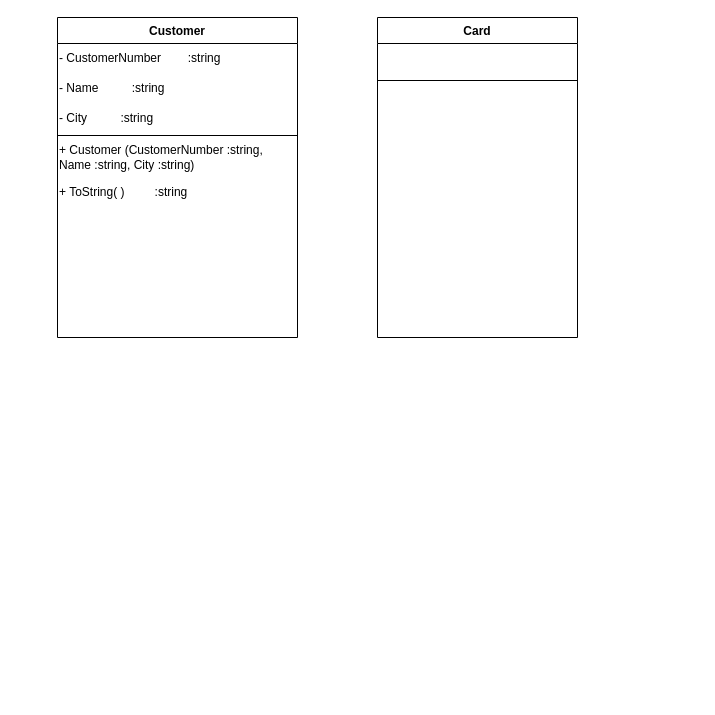
Above: Guldkortet Klassdiagram.drawio in PBergstrom90/PBergstrom90 (draw.io), before the change. Source tidied: cells renumbered, new cells numbered last; positions are measured from the earlier drawing's top-left corner, leaving out a move shared by most shapes. Both pictures are drawn from the tidied source at 100%, with x=0, y=0 at pixel (57, 17).
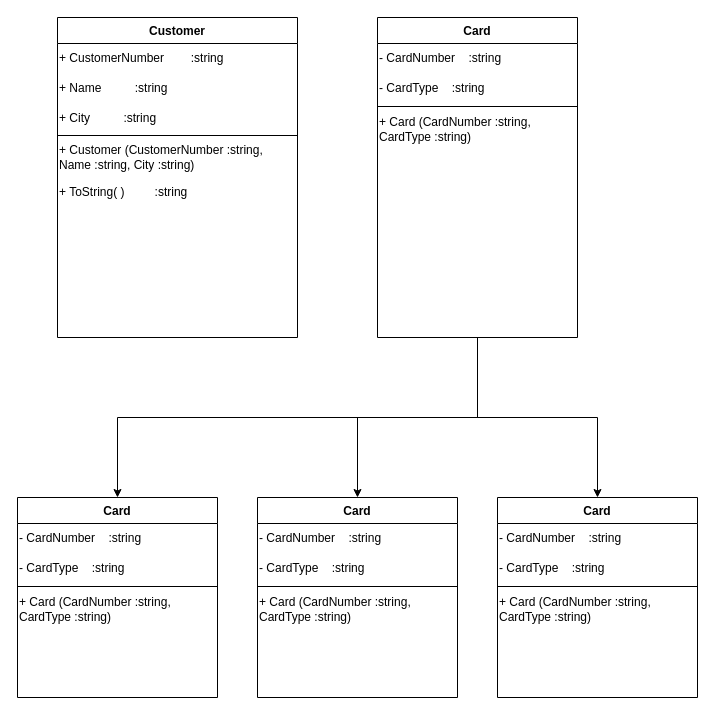
Above is the later version.

Unchanged cells that the change refers to:
```xml
<mxCell id="2" value="Customer" style="swimlane;fontStyle=1;align=center;verticalAlign=top;horizontal=1;startSize=26;rounded=0;shadow=0;strokeWidth=1;" parent="1" vertex="1">
  <mxGeometry width="240" height="320" as="geometry" />
</mxCell>
<mxCell id="9" value="Card" style="swimlane;fontStyle=1;align=center;verticalAlign=top;horizontal=1;startSize=26;rounded=0;shadow=0;strokeWidth=1;" parent="1" vertex="1">
  <mxGeometry x="320" width="200" height="320" as="geometry" />
</mxCell>
```

Change to the diagram source:
```diff
@@
-    <mxCell id="3" value="- CustomerNumber&amp;nbsp;&lt;span style=&quot;white-space: pre;&quot;&gt; &lt;span style=&quot;white-space: pre;&quot;&gt; &lt;span style=&quot;white-space: pre;&quot;&gt; &lt;/span&gt; &lt;/span&gt; &lt;/span&gt;&amp;nbsp; :string" style="text;html=1;align=left;verticalAlign=middle;strokeColor=none;fillColor=none;" parent="2" vertex="1">
+    <mxCell id="3" value="+ CustomerNumber&amp;nbsp;&lt;span style=&quot;white-space: pre;&quot;&gt; &lt;span style=&quot;white-space: pre;&quot;&gt; &lt;span style=&quot;white-space: pre;&quot;&gt; &lt;/span&gt; &lt;/span&gt; &lt;/span&gt;&amp;nbsp; :string" style="text;html=1;align=left;verticalAlign=middle;strokeColor=none;fillColor=none;" parent="2" vertex="1">
       <mxGeometry y="26" width="240" height="30" as="geometry" />
     </mxCell>
-    <mxCell id="4" value="- Name&lt;span style=&quot;white-space: pre;&quot;&gt; &lt;/span&gt;&lt;span style=&quot;white-space: pre;&quot;&gt; &lt;/span&gt;&lt;span style=&quot;white-space: pre;&quot;&gt; &lt;span style=&quot;white-space: pre;&quot;&gt; &lt;/span&gt;&lt;span style=&quot;white-space: pre;&quot;&gt; &lt;span style=&quot;white-space: pre;&quot;&gt; &lt;/span&gt; &lt;/span&gt; &lt;/span&gt;&amp;nbsp; :string" style="text;html=1;align=left;verticalAlign=middle;strokeColor=none;fillColor=none;" parent="2" vertex="1">
+    <mxCell id="4" value="+ Name&lt;span style=&quot;white-space: pre;&quot;&gt; &lt;/span&gt;&lt;span style=&quot;white-space: pre;&quot;&gt; &lt;/span&gt;&lt;span style=&quot;white-space: pre;&quot;&gt; &lt;span style=&quot;white-space: pre;&quot;&gt; &lt;/span&gt;&lt;span style=&quot;white-space: pre;&quot;&gt; &lt;span style=&quot;white-space: pre;&quot;&gt; &lt;/span&gt; &lt;/span&gt; &lt;/span&gt;&amp;nbsp; :string" style="text;html=1;align=left;verticalAlign=middle;strokeColor=none;fillColor=none;" parent="2" vertex="1">
       <mxGeometry y="56" width="240" height="30" as="geometry" />
     </mxCell>
-    <mxCell id="5" value="- City&lt;span style=&quot;white-space: pre;&quot;&gt; &lt;/span&gt;&lt;span style=&quot;white-space: pre;&quot;&gt; &lt;/span&gt;&lt;span style=&quot;white-space: pre;&quot;&gt; &lt;/span&gt;&lt;span style=&quot;white-space: pre;&quot;&gt; &lt;/span&gt;&lt;span style=&quot;white-space: pre;&quot;&gt; &lt;span style=&quot;white-space: pre;&quot;&gt; &lt;/span&gt; &lt;/span&gt;&amp;nbsp; &amp;nbsp;:string" style="text;html=1;align=left;verticalAlign=middle;strokeColor=none;fillColor=none;" parent="2" vertex="1">
+    <mxCell id="5" value="+ City&lt;span style=&quot;white-space: pre;&quot;&gt; &lt;/span&gt;&lt;span style=&quot;white-space: pre;&quot;&gt; &lt;/span&gt;&lt;span style=&quot;white-space: pre;&quot;&gt; &lt;/span&gt;&lt;span style=&quot;white-space: pre;&quot;&gt; &lt;/span&gt;&lt;span style=&quot;white-space: pre;&quot;&gt; &lt;span style=&quot;white-space: pre;&quot;&gt; &lt;/span&gt; &lt;/span&gt;&amp;nbsp; &amp;nbsp;:string" style="text;html=1;align=left;verticalAlign=middle;strokeColor=none;fillColor=none;" parent="2" vertex="1">
       <mxGeometry y="86" width="240" height="30" as="geometry" />
     </mxCell>
@@
+    <mxCell id="11" style="edgeStyle=orthogonalEdgeStyle;rounded=0;jettySize=auto;html=1;entryX=0.5;entryY=0;entryDx=0;entryDy=0;" parent="1" edge="1" source="9" target="22">
+      <mxGeometry relative="1" as="geometry" />
+    </mxCell>
+    <mxCell id="12" style="edgeStyle=orthogonalEdgeStyle;rounded=0;jettySize=auto;html=1;entryX=0.5;entryY=0;entryDx=0;entryDy=0;" parent="1" edge="1" source="9" target="17">
+      <mxGeometry relative="1" as="geometry" />
+    </mxCell>
+    <mxCell id="13" style="edgeStyle=orthogonalEdgeStyle;rounded=0;jettySize=auto;html=1;entryX=0.5;entryY=0;entryDx=0;entryDy=0;" parent="1" edge="1" source="9" target="27">
+      <mxGeometry relative="1" as="geometry">
+        <Array as="points">
+          <mxPoint x="420" y="400" />
+          <mxPoint x="60" y="400" />
+        </Array>
+      </mxGeometry>
+    </mxCell>
@@
+    <mxCell id="14" value="- CardNumber&lt;span style=&quot;white-space: pre;&quot;&gt; &lt;/span&gt;&lt;span style=&quot;white-space: pre;&quot;&gt; &lt;/span&gt;&lt;span style=&quot;white-space: pre;&quot;&gt; &lt;/span&gt;&lt;span style=&quot;white-space: pre;&quot;&gt; &lt;/span&gt;:string" style="text;html=1;align=left;verticalAlign=middle;strokeColor=none;fillColor=none;" parent="9" vertex="1">
+      <mxGeometry y="26" width="200" height="30" as="geometry" />
+    </mxCell>
+    <mxCell id="15" value="- CardType&lt;span style=&quot;white-space: pre;&quot;&gt; &lt;/span&gt;&lt;span style=&quot;white-space: pre;&quot;&gt; &lt;/span&gt;&lt;span style=&quot;white-space: pre;&quot;&gt; &lt;/span&gt;&lt;span style=&quot;white-space: pre;&quot;&gt; &lt;/span&gt;:string" style="text;html=1;align=left;verticalAlign=middle;strokeColor=none;fillColor=none;" parent="9" vertex="1">
+      <mxGeometry y="56" width="200" height="30" as="geometry" />
+    </mxCell>
     <mxCell id="10" style="line;html=1;strokeWidth=1;align=left;verticalAlign=middle;spacingTop=-1;spacingLeft=3;spacingRight=3;labelPosition=right;" parent="9" vertex="1">
-      <mxGeometry y="26" width="200" height="74" as="geometry" />
+      <mxGeometry y="86" width="200" height="6" as="geometry" />
     </mxCell>
+    <mxCell id="16" value="+ Card (CardNumber :string, &lt;br&gt;CardType :string)&amp;nbsp;" style="text;html=1;align=left;verticalAlign=middle;strokeColor=none;fillColor=none;" parent="9" vertex="1">
+      <mxGeometry y="92" width="200" height="40" as="geometry" />
+    </mxCell>
+    <mxCell id="17" value="Card" style="swimlane;fontStyle=1;align=center;verticalAlign=top;horizontal=1;startSize=26;rounded=0;shadow=0;strokeWidth=1;" parent="1" vertex="1">
+      <mxGeometry x="440" y="480" width="200" height="200" as="geometry" />
+    </mxCell>
+    <mxCell id="18" value="- CardNumber&lt;span style=&quot;white-space: pre;&quot;&gt; &lt;/span&gt;&lt;span style=&quot;white-space: pre;&quot;&gt; &lt;/span&gt;&lt;span style=&quot;white-space: pre;&quot;&gt; &lt;/span&gt;&lt;span style=&quot;white-space: pre;&quot;&gt; &lt;/span&gt;:string" style="text;html=1;align=left;verticalAlign=middle;strokeColor=none;fillColor=none;" parent="17" vertex="1">
+      <mxGeometry y="26" width="200" height="30" as="geometry" />
+    </mxCell>
+    <mxCell id="19" value="- CardType&lt;span style=&quot;white-space: pre;&quot;&gt; &lt;/span&gt;&lt;span style=&quot;white-space: pre;&quot;&gt; &lt;/span&gt;&lt;span style=&quot;white-space: pre;&quot;&gt; &lt;/span&gt;&lt;span style=&quot;white-space: pre;&quot;&gt; &lt;/span&gt;:string" style="text;html=1;align=left;verticalAlign=middle;strokeColor=none;fillColor=none;" parent="17" vertex="1">
+      <mxGeometry y="56" width="200" height="30" as="geometry" />
+    </mxCell>
+    <mxCell id="20" style="line;html=1;strokeWidth=1;align=left;verticalAlign=middle;spacingTop=-1;spacingLeft=3;spacingRight=3;labelPosition=right;" parent="17" vertex="1">
+      <mxGeometry y="86" width="200" height="6" as="geometry" />
+    </mxCell>
+    <mxCell id="21" value="+ Card (CardNumber :string, &lt;br&gt;CardType :string)&amp;nbsp;" style="text;html=1;align=left;verticalAlign=middle;strokeColor=none;fillColor=none;" parent="17" vertex="1">
+      <mxGeometry y="92" width="200" height="40" as="geometry" />
+    </mxCell>
+    <mxCell id="22" value="Card" style="swimlane;fontStyle=1;align=center;verticalAlign=top;horizontal=1;startSize=26;rounded=0;shadow=0;strokeWidth=1;" parent="1" vertex="1">
+      <mxGeometry x="200" y="480" width="200" height="200" as="geometry" />
+    </mxCell>
+    <mxCell id="23" value="- CardNumber&lt;span style=&quot;white-space: pre;&quot;&gt; &lt;/span&gt;&lt;span style=&quot;white-space: pre;&quot;&gt; &lt;/span&gt;&lt;span style=&quot;white-space: pre;&quot;&gt; &lt;/span&gt;&lt;span style=&quot;white-space: pre;&quot;&gt; &lt;/span&gt;:string" style="text;html=1;align=left;verticalAlign=middle;strokeColor=none;fillColor=none;" parent="22" vertex="1">
+      <mxGeometry y="26" width="200" height="30" as="geometry" />
+    </mxCell>
+    <mxCell id="24" value="- CardType&lt;span style=&quot;white-space: pre;&quot;&gt; &lt;/span&gt;&lt;span style=&quot;white-space: pre;&quot;&gt; &lt;/span&gt;&lt;span style=&quot;white-space: pre;&quot;&gt; &lt;/span&gt;&lt;span style=&quot;white-space: pre;&quot;&gt; &lt;/span&gt;:string" style="text;html=1;align=left;verticalAlign=middle;strokeColor=none;fillColor=none;" parent="22" vertex="1">
+      <mxGeometry y="56" width="200" height="30" as="geometry" />
+    </mxCell>
+    <mxCell id="25" style="line;html=1;strokeWidth=1;align=left;verticalAlign=middle;spacingTop=-1;spacingLeft=3;spacingRight=3;labelPosition=right;" parent="22" vertex="1">
+      <mxGeometry y="86" width="200" height="6" as="geometry" />
+    </mxCell>
+    <mxCell id="26" value="+ Card (CardNumber :string, &lt;br&gt;CardType :string)&amp;nbsp;" style="text;html=1;align=left;verticalAlign=middle;strokeColor=none;fillColor=none;" parent="22" vertex="1">
+      <mxGeometry y="92" width="200" height="40" as="geometry" />
+    </mxCell>
+    <mxCell id="27" value="Card" style="swimlane;fontStyle=1;align=center;verticalAlign=top;horizontal=1;startSize=26;rounded=0;shadow=0;strokeWidth=1;" parent="1" vertex="1">
+      <mxGeometry x="-40" y="480" width="200" height="200" as="geometry" />
+    </mxCell>
+    <mxCell id="28" value="- CardNumber&lt;span style=&quot;white-space: pre;&quot;&gt; &lt;/span&gt;&lt;span style=&quot;white-space: pre;&quot;&gt; &lt;/span&gt;&lt;span style=&quot;white-space: pre;&quot;&gt; &lt;/span&gt;&lt;span style=&quot;white-space: pre;&quot;&gt; &lt;/span&gt;:string" style="text;html=1;align=left;verticalAlign=middle;strokeColor=none;fillColor=none;" parent="27" vertex="1">
+      <mxGeometry y="26" width="200" height="30" as="geometry" />
+    </mxCell>
+    <mxCell id="29" value="- CardType&lt;span style=&quot;white-space: pre;&quot;&gt; &lt;/span&gt;&lt;span style=&quot;white-space: pre;&quot;&gt; &lt;/span&gt;&lt;span style=&quot;white-space: pre;&quot;&gt; &lt;/span&gt;&lt;span style=&quot;white-space: pre;&quot;&gt; &lt;/span&gt;:string" style="text;html=1;align=left;verticalAlign=middle;strokeColor=none;fillColor=none;" parent="27" vertex="1">
+      <mxGeometry y="56" width="200" height="30" as="geometry" />
+    </mxCell>
+    <mxCell id="30" style="line;html=1;strokeWidth=1;align=left;verticalAlign=middle;spacingTop=-1;spacingLeft=3;spacingRight=3;labelPosition=right;" parent="27" vertex="1">
+      <mxGeometry y="86" width="200" height="6" as="geometry" />
+    </mxCell>
+    <mxCell id="31" value="+ Card (CardNumber :string, &lt;br&gt;CardType :string)&amp;nbsp;" style="text;html=1;align=left;verticalAlign=middle;strokeColor=none;fillColor=none;" parent="27" vertex="1">
+      <mxGeometry y="92" width="200" height="40" as="geometry" />
+    </mxCell>
```
